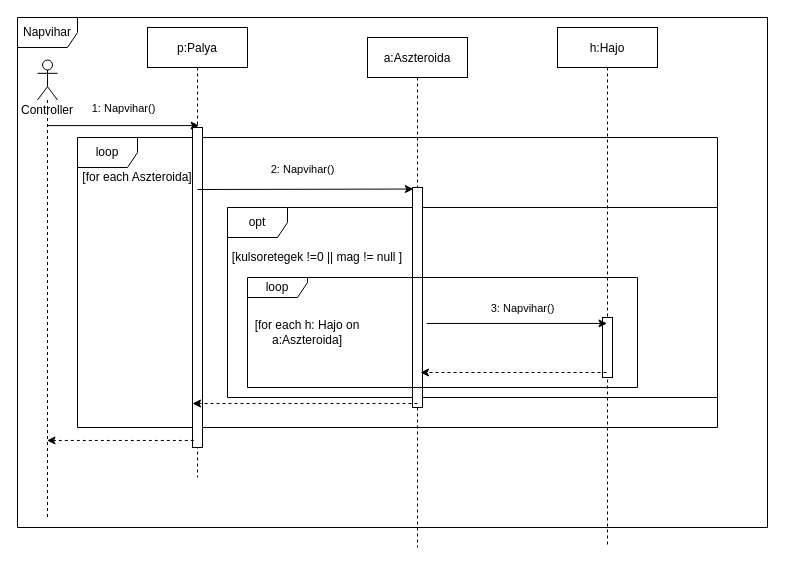
Above: doc/szekvencia/szek_NapviharTelepes4.drawio in torpeBoiGo/aszteroidabanyaszat (draw.io), before the change. Source tidied: cells renumbered, new cells numbered last; positions are measured from the earlier drawing's top-left corner, leaving out a move shared by most shapes. Both pictures are drawn from the tidied source at 100%, with x=0, y=0 at pixel (17, 17).
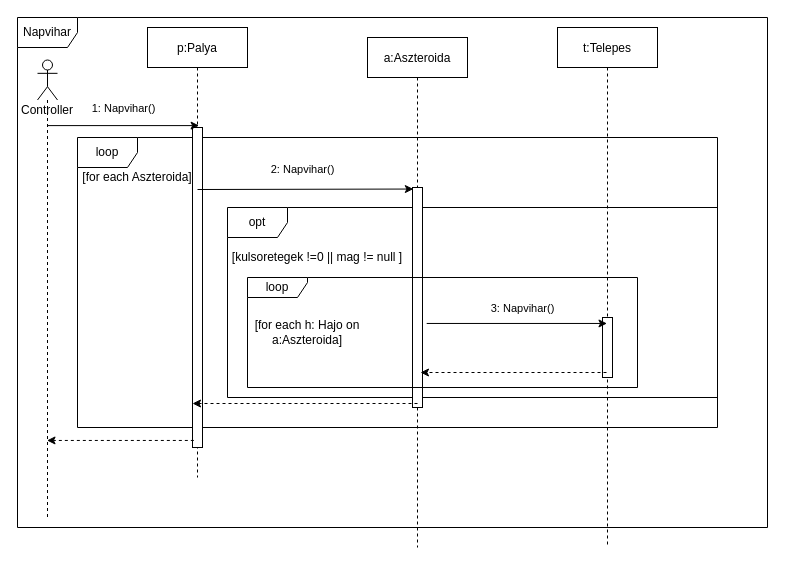
The same page after the edit.

Diff of the diagram source:
```diff
@@
-    <mxCell id="13" value="h:Hajo" style="shape=umlLifeline;perimeter=lifelinePerimeter;rounded=0;shadow=0;strokeWidth=1;" parent="1" vertex="1">
+    <mxCell id="13" value="t:Telepes" style="shape=umlLifeline;perimeter=lifelinePerimeter;rounded=0;shadow=0;strokeWidth=1;" parent="1" vertex="1">
       <mxGeometry x="540" y="10" width="100" height="520" as="geometry" />
     </mxCell>
```
